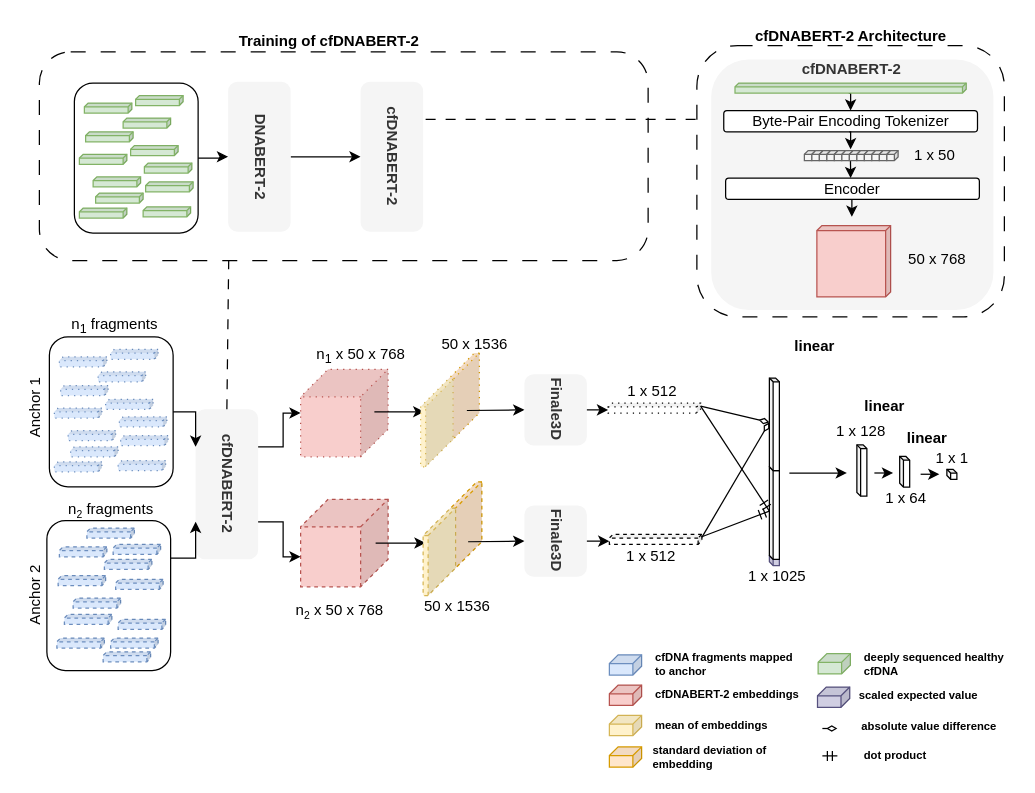
Before: Finale3DLSTM.drawio in bananasrlowkeygood/bananasrlowkeygood.github.io, a draw.io diagram. Source tidied: cells renumbered, new cells numbered last; positions are measured from the earlier drawing's top-left corner, leaving out a move shared by most shapes. Both pictures are drawn from the tidied source at 125%, with x=0, y=0 at pixel (21, 21).
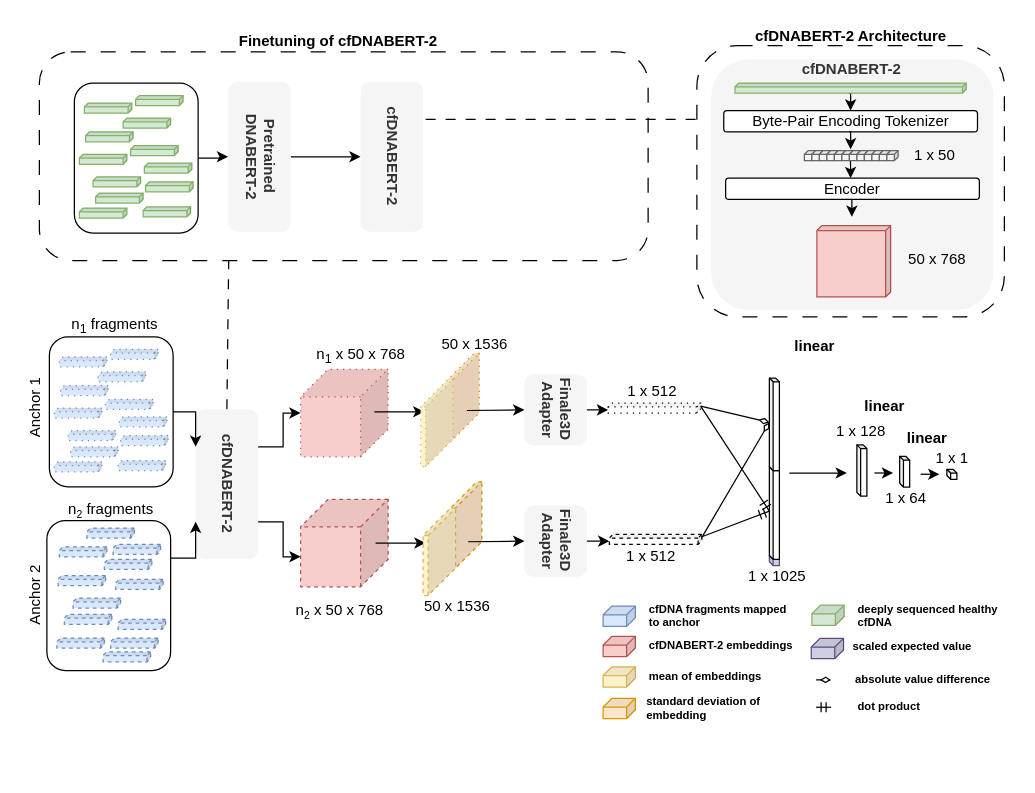
The same diagram, later.

The edit, as a diff of the source:
```diff
@@
-    <mxCell id="12" value="DNABERT-2" style="rounded=1;whiteSpace=wrap;html=1;textDirection=vertical-rl;fontStyle=1;fillColor=#f5f5f5;fontColor=#333333;strokeColor=none;" parent="1" vertex="1">
+    <mxCell id="12" value="Pretrained&lt;div&gt;DNABERT-2&lt;/div&gt;" style="rounded=1;whiteSpace=wrap;html=1;textDirection=vertical-rl;fontStyle=1;fillColor=#f5f5f5;fontColor=#333333;strokeColor=none;" parent="1" vertex="1">
       <mxGeometry x="165" y="47.9" width="50" height="120" as="geometry" />
     </mxCell>
@@
     <mxCell id="14" value="standard deviation of embedding" style="text;html=1;strokeColor=none;fillColor=none;align=left;verticalAlign=middle;whiteSpace=wrap;rounded=0;fontStyle=1;fontSize=9;" parent="1" vertex="1">
-      <mxGeometry x="503" y="576" width="138" height="23.9" as="geometry" />
+      <mxGeometry x="498" y="537.1" width="138" height="23.9" as="geometry" />
     </mxCell>
@@
-    <mxCell id="62" value="Finale3D" style="rounded=1;whiteSpace=wrap;html=1;textDirection=vertical-rl;fontStyle=1;fillColor=#f5f5f5;fontColor=#333333;strokeColor=none;" parent="1" vertex="1">
+    <mxCell id="62" value="Finale3D&lt;div&gt;Adapter&lt;/div&gt;" style="rounded=1;whiteSpace=wrap;html=1;textDirection=vertical-rl;fontStyle=1;fillColor=#f5f5f5;fontColor=#333333;strokeColor=none;" parent="1" vertex="1">
       <mxGeometry x="402" y="281.9" width="50" height="57" as="geometry" />
     </mxCell>
-    <mxCell id="63" value="Finale3D" style="rounded=1;whiteSpace=wrap;html=1;textDirection=vertical-rl;fontStyle=1;fillColor=#f5f5f5;fontColor=#333333;strokeColor=none;" parent="1" vertex="1">
+    <mxCell id="63" value="Finale3D&lt;div&gt;Adapter&lt;/div&gt;" style="rounded=1;whiteSpace=wrap;html=1;textDirection=vertical-rl;fontStyle=1;fillColor=#f5f5f5;fontColor=#333333;strokeColor=none;" parent="1" vertex="1">
       <mxGeometry x="402" y="386.9" width="50" height="57" as="geometry" />
     </mxCell>
@@
     <mxCell id="83" style="shape=cube;whiteSpace=wrap;html=1;boundedLbl=1;backgroundOutline=1;darkOpacity=0.05;darkOpacity2=0.1;size=7;direction=east;flipH=1;fillColor=#dae8fc;strokeColor=#6c8ebf;" parent="1" vertex="1">
-      <mxGeometry x="470" y="506.3" width="25.8" height="16.2" as="geometry" />
+      <mxGeometry x="465" y="467.4" width="25.8" height="16.2" as="geometry" />
     </mxCell>
     <mxCell id="84" style="shape=cube;whiteSpace=wrap;html=1;boundedLbl=1;backgroundOutline=1;darkOpacity=0.05;darkOpacity2=0.1;size=7;direction=east;flipH=1;fillColor=#f8cecc;strokeColor=#b85450;" parent="1" vertex="1">
-      <mxGeometry x="470" y="530.5" width="25.8" height="16.2" as="geometry" />
+      <mxGeometry x="465" y="491.6" width="25.8" height="16.2" as="geometry" />
     </mxCell>
     <mxCell id="85" style="shape=cube;whiteSpace=wrap;html=1;boundedLbl=1;backgroundOutline=1;darkOpacity=0.05;darkOpacity2=0.1;size=7;direction=east;flipH=1;fillColor=#fff2cc;strokeColor=#d6b656;" parent="1" vertex="1">
-      <mxGeometry x="470" y="554.8" width="25.8" height="16.2" as="geometry" />
+      <mxGeometry x="465" y="515.9" width="25.8" height="16.2" as="geometry" />
     </mxCell>
     <mxCell id="86" value="cfDNA fragments mapped to anchor" style="text;html=1;strokeColor=none;fillColor=none;align=left;verticalAlign=middle;whiteSpace=wrap;rounded=0;fontStyle=1;fontSize=9;" parent="1" vertex="1">
-      <mxGeometry x="505.3" y="503.9" width="118.8" height="19.3" as="geometry" />
+      <mxGeometry x="500.3" y="465" width="118.8" height="19.3" as="geometry" />
     </mxCell>
     <mxCell id="87" value="cfDNABERT-2 embeddings" style="text;html=1;strokeColor=none;fillColor=none;align=left;verticalAlign=middle;whiteSpace=wrap;rounded=0;fontStyle=1;fontSize=9;" parent="1" vertex="1">
-      <mxGeometry x="505.3" y="528.1" width="118.8" height="19.3" as="geometry" />
+      <mxGeometry x="500.3" y="489.3" width="118.8" height="19.3" as="geometry" />
     </mxCell>
     <mxCell id="88" value="mean of embeddings" style="text;html=1;strokeColor=none;fillColor=none;align=left;verticalAlign=middle;whiteSpace=wrap;rounded=0;fontStyle=1;fontSize=9;" parent="1" vertex="1">
-      <mxGeometry x="505.3" y="553" width="118.8" height="19.3" as="geometry" />
+      <mxGeometry x="500.3" y="514.1" width="118.8" height="19.3" as="geometry" />
     </mxCell>
     <mxCell id="89" style="shape=cube;whiteSpace=wrap;html=1;boundedLbl=1;backgroundOutline=1;darkOpacity=0.05;darkOpacity2=0.1;size=7;direction=east;flipH=1;fillColor=#d5e8d4;strokeColor=#82b366;" parent="1" vertex="1">
-      <mxGeometry x="637" y="505.4" width="25.8" height="16.2" as="geometry" />
+      <mxGeometry x="632" y="466.6" width="25.8" height="16.2" as="geometry" />
     </mxCell>
     <mxCell id="90" value="deeply sequenced healthy cfDNA" style="text;html=1;strokeColor=none;fillColor=none;align=left;verticalAlign=middle;whiteSpace=wrap;rounded=0;fontStyle=1;fontSize=9;" parent="1" vertex="1">
-      <mxGeometry x="672.2" y="504.7" width="118.8" height="19.3" as="geometry" />
+      <mxGeometry x="667.2" y="465.8" width="118.8" height="19.3" as="geometry" />
     </mxCell>
     <mxCell id="91" style="shape=cube;whiteSpace=wrap;html=1;boundedLbl=1;backgroundOutline=1;darkOpacity=0.05;darkOpacity2=0.1;size=7;direction=east;flipH=1;fillColor=#d0cee2;strokeColor=#56517e;" parent="1" vertex="1">
-      <mxGeometry x="636.5" y="532.1" width="25.8" height="16.2" as="geometry" />
+      <mxGeometry x="631.5" y="493.2" width="25.8" height="16.2" as="geometry" />
     </mxCell>
     <mxCell id="92" value="scaled expected value" style="text;html=1;strokeColor=none;fillColor=none;align=left;verticalAlign=middle;whiteSpace=wrap;rounded=0;fontStyle=1;fontSize=9;" parent="1" vertex="1">
-      <mxGeometry x="667.9" y="528.9" width="118.8" height="19.3" as="geometry" />
+      <mxGeometry x="662.9" y="490.1" width="118.8" height="19.3" as="geometry" />
     </mxCell>
     <mxCell id="93" style="endArrow=diamondThin;html=1;rounded=0;endFill=0;" parent="1" edge="1">
       <mxGeometry relative="1" as="geometry">
-        <mxPoint x="640.4" y="565.3" as="sourcePoint" />
-        <mxPoint x="652.4" y="565.3" as="targetPoint" />
+        <mxPoint x="635.4" y="526.4" as="sourcePoint" />
+        <mxPoint x="647.4" y="526.4" as="targetPoint" />
       </mxGeometry>
     </mxCell>
     <mxCell id="94" value="absolute value difference&amp;nbsp;" style="text;html=1;strokeColor=none;fillColor=none;align=left;verticalAlign=middle;whiteSpace=wrap;rounded=0;fontStyle=1;fontSize=9;" parent="1" vertex="1">
-      <mxGeometry x="669.7" y="554.8" width="118.8" height="19.3" as="geometry" />
+      <mxGeometry x="664.7" y="515.9" width="118.8" height="19.3" as="geometry" />
     </mxCell>
     <mxCell id="95" style="endArrow=ERmandOne;html=1;rounded=0;endFill=0;" parent="1" edge="1">
       <mxGeometry relative="1" as="geometry">
-        <mxPoint x="640.4" y="587.2" as="sourcePoint" />
-        <mxPoint x="652.4" y="587.2" as="targetPoint" />
+        <mxPoint x="635.4" y="548.3" as="sourcePoint" />
+        <mxPoint x="647.4" y="548.3" as="targetPoint" />
       </mxGeometry>
     </mxCell>
     <mxCell id="96" value="dot product" style="text;html=1;strokeColor=none;fillColor=none;align=left;verticalAlign=middle;whiteSpace=wrap;rounded=0;fontStyle=1;fontSize=9;" parent="1" vertex="1">
-      <mxGeometry x="672.2" y="577.5" width="118.8" height="19.3" as="geometry" />
+      <mxGeometry x="667.2" y="538.6" width="118.8" height="19.3" as="geometry" />
     </mxCell>
@@
-    <mxCell id="101" value="Training of cfDNABERT-2" style="text;html=1;strokeColor=none;fillColor=none;align=left;verticalAlign=middle;whiteSpace=wrap;rounded=0;fontStyle=1;" parent="1" vertex="1">
+    <mxCell id="101" value="Finetuning of cfDNABERT-2" style="text;html=1;strokeColor=none;fillColor=none;align=left;verticalAlign=middle;whiteSpace=wrap;rounded=0;fontStyle=1;" parent="1" vertex="1">
       <mxGeometry x="171.5" y="3.9" width="166" height="23.9" as="geometry" />
     </mxCell>
@@
     <mxCell id="129" style="shape=cube;whiteSpace=wrap;html=1;boundedLbl=1;backgroundOutline=1;darkOpacity=0.05;darkOpacity2=0.1;size=7;direction=east;flipH=1;fillColor=#ffe6cc;strokeColor=#d79b00;" parent="1" vertex="1">
-      <mxGeometry x="470" y="580" width="25.8" height="16.2" as="geometry" />
+      <mxGeometry x="465" y="541.1" width="25.8" height="16.2" as="geometry" />
     </mxCell>
```
